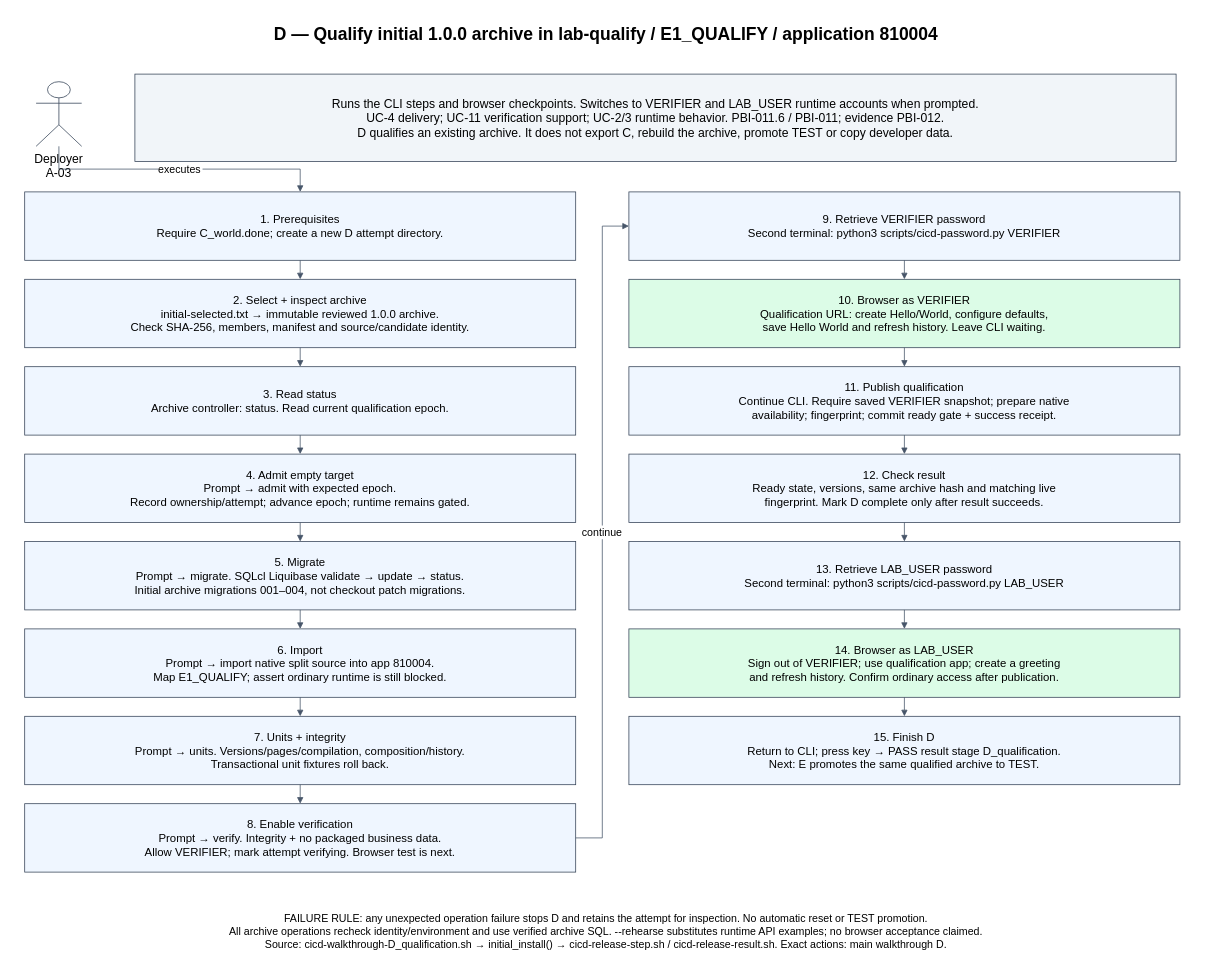
Before: page "D qualification" (3 of 3) of progress/E.1/model.drawio in rstyczynski/APEX_CICD, a draw.io diagram. Source tidied: cells renumbered, new cells numbered last; positions are measured from the earlier drawing's top-left corner, leaving out a move shared by most shapes. Both pictures are drawn from the tidied source at 76%, with x=0, y=0 at pixel (13, 13).
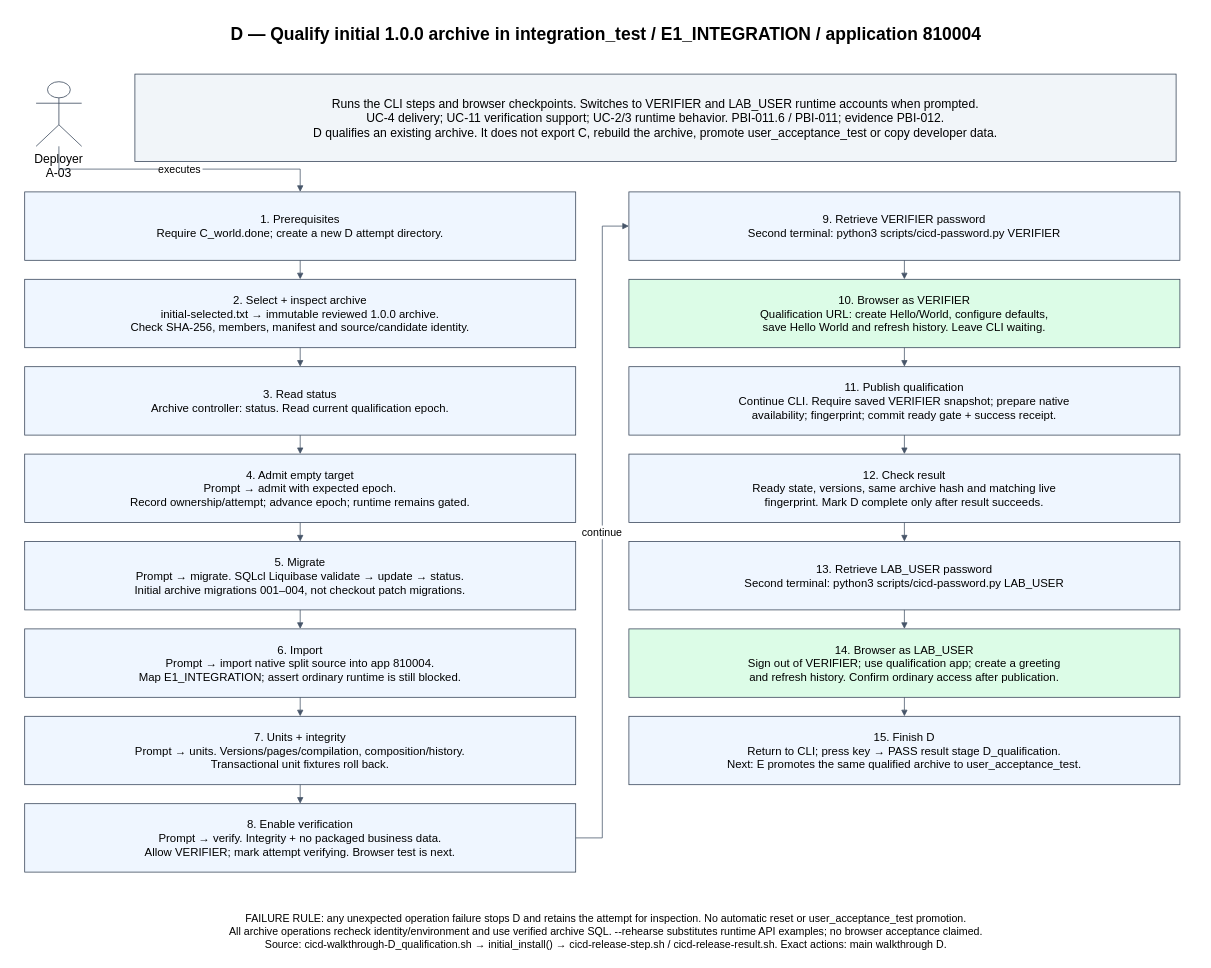
Above is the later version.

What changed in the source:
```diff
@@
-    <mxCell id="2" value="D — Qualify initial 1.0.0 archive in lab-qualify / E1_QUALIFY / application 810004" style="rounded=0;whiteSpace=wrap;html=0;fontFamily=Helvetica;fontSize=16;strokeColor=#334155;fillColor=#ffffff;strokeColor=none;fontSize=23;fontStyle=1;" parent="1" vertex="1">
+    <mxCell id="2" value="D — Qualify initial 1.0.0 archive in integration_test / E1_INTEGRATION / application 810004" style="rounded=0;whiteSpace=wrap;html=0;fontFamily=Helvetica;fontSize=16;strokeColor=#334155;fillColor=#ffffff;strokeColor=none;fontSize=23;fontStyle=1;" parent="1" vertex="1">
       <mxGeometry width="1560" height="55" as="geometry" />
     </mxCell>
@@
-    <mxCell id="4" value="Runs the CLI steps and browser checkpoints. Switches to VERIFIER and LAB_USER runtime accounts when prompted.&#10;UC-4 delivery; UC-11 verification support; UC-2/3 runtime behavior. PBI-011.6 / PBI-011; evidence PBI-012.&#10;D qualifies an existing archive. It does not export C, rebuild the archive, promote TEST or copy developer data." style="rounded=0;whiteSpace=wrap;html=0;fontFamily=Helvetica;fontSize=16;strokeColor=#334155;fillColor=#ffffff;fillColor=#f1f5f9;" parent="1" vertex="1">
+    <mxCell id="4" value="Runs the CLI steps and browser checkpoints. Switches to VERIFIER and LAB_USER runtime accounts when prompted.&#10;UC-4 delivery; UC-11 verification support; UC-2/3 runtime behavior. PBI-011.6 / PBI-011; evidence PBI-012.&#10;D qualifies an existing archive. It does not export C, rebuild the archive, promote user_acceptance_test or copy developer data." style="rounded=0;whiteSpace=wrap;html=0;fontFamily=Helvetica;fontSize=16;strokeColor=#334155;fillColor=#ffffff;fillColor=#f1f5f9;" parent="1" vertex="1">
       <mxGeometry x="160" y="80" width="1370" height="115" as="geometry" />
     </mxCell>
@@
-    <mxCell id="14" value="6. Import&#10;Prompt → import native split source into app 810004.&#10;Map E1_QUALIFY; assert ordinary runtime is still blocked." style="rounded=0;whiteSpace=wrap;html=0;fontFamily=Helvetica;fontSize=16;strokeColor=#334155;fillColor=#ffffff;fillColor=#eff6ff;fontSize=15;" parent="1" vertex="1">
+    <mxCell id="14" value="6. Import&#10;Prompt → import native split source into app 810004.&#10;Map E1_INTEGRATION; assert ordinary runtime is still blocked." style="rounded=0;whiteSpace=wrap;html=0;fontFamily=Helvetica;fontSize=16;strokeColor=#334155;fillColor=#ffffff;fillColor=#eff6ff;fontSize=15;" parent="1" vertex="1">
       <mxGeometry x="15" y="810" width="725" height="90" as="geometry" />
     </mxCell>
@@
-    <mxCell id="31" value="15. Finish D&#10;Return to CLI; press key → PASS result stage D_qualification.&#10;Next: E promotes the same qualified archive to TEST." style="rounded=0;whiteSpace=wrap;html=0;fontFamily=Helvetica;fontSize=16;strokeColor=#334155;fillColor=#ffffff;fillColor=#eff6ff;fontSize=15;" parent="1" vertex="1">
+    <mxCell id="31" value="15. Finish D&#10;Return to CLI; press key → PASS result stage D_qualification.&#10;Next: E promotes the same qualified archive to user_acceptance_test." style="rounded=0;whiteSpace=wrap;html=0;fontFamily=Helvetica;fontSize=16;strokeColor=#334155;fillColor=#ffffff;fillColor=#eff6ff;fontSize=15;" parent="1" vertex="1">
       <mxGeometry x="810" y="925" width="725" height="90" as="geometry" />
     </mxCell>
@@
-    <mxCell id="35" value="FAILURE RULE: any unexpected operation failure stops D and retains the attempt for inspection. No automatic reset or TEST promotion.&#10;All archive operations recheck identity/environment and use verified archive SQL. --rehearse substitutes runtime API examples; no browser acceptance claimed.&#10;Source: cicd-walkthrough-D_qualification.sh → initial_install() → cicd-release-step.sh / cicd-release-result.sh. Exact actions: main walkthrough D." style="rounded=0;whiteSpace=wrap;html=0;fontFamily=Helvetica;fontSize=16;strokeColor=#334155;fillColor=#ffffff;strokeColor=none;fontSize=14;" parent="1" vertex="1">
+    <mxCell id="35" value="FAILURE RULE: any unexpected operation failure stops D and retains the attempt for inspection. No automatic reset or user_acceptance_test promotion.&#10;All archive operations recheck identity/environment and use verified archive SQL. --rehearse substitutes runtime API examples; no browser acceptance claimed.&#10;Source: cicd-walkthrough-D_qualification.sh → initial_install() → cicd-release-step.sh / cicd-release-result.sh. Exact actions: main walkthrough D." style="rounded=0;whiteSpace=wrap;html=0;fontFamily=Helvetica;fontSize=16;strokeColor=#334155;fillColor=#ffffff;strokeColor=none;fontSize=14;" parent="1" vertex="1">
       <mxGeometry x="5" y="1175" width="1550" height="65" as="geometry" />
     </mxCell>
```
